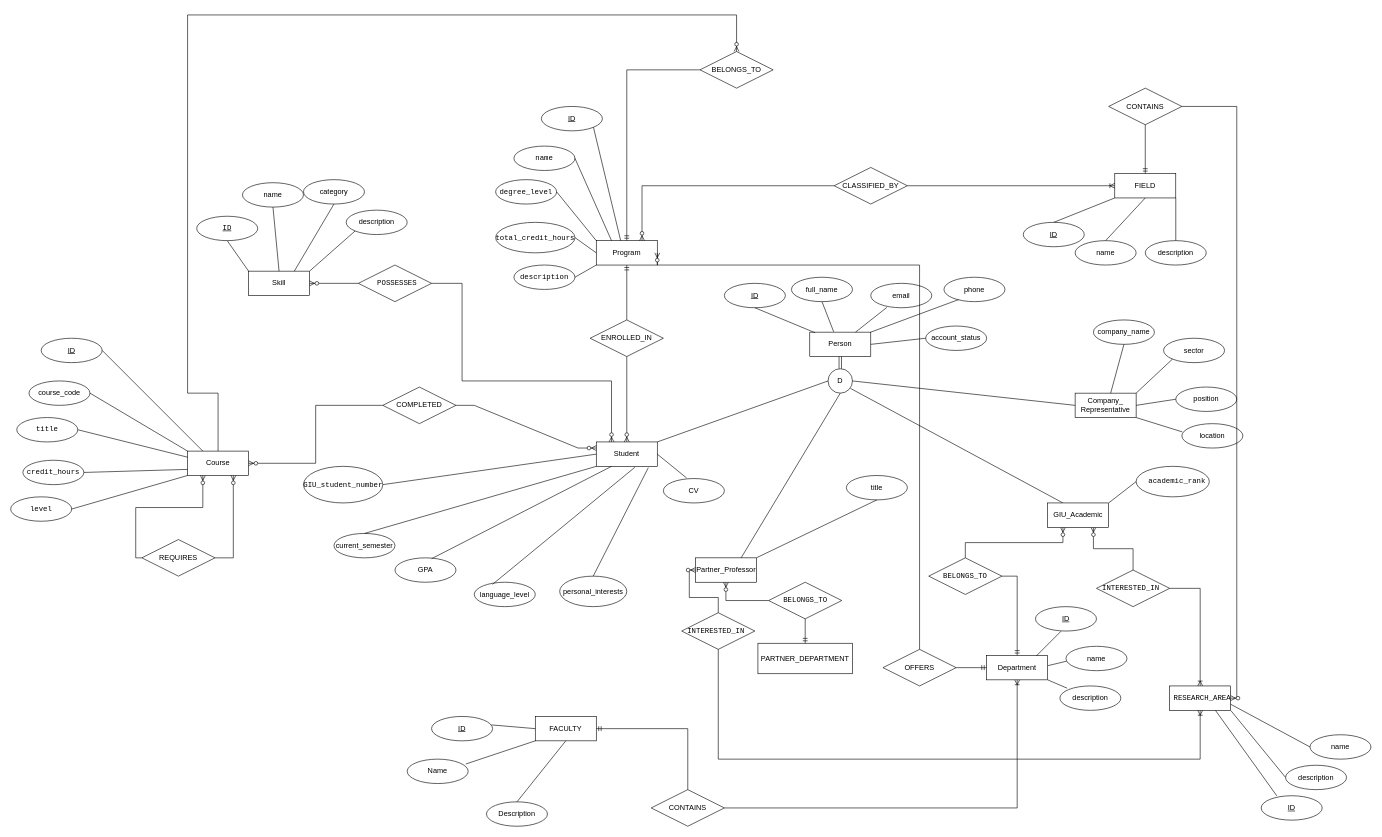
The draw.io diagram 01_People_Academic.drawio in kniveexe/giu-germany-connect, before the edit. Source tidied: cells renumbered, new cells numbered last; positions are measured from the earlier drawing's top-left corner, leaving out a move shared by most shapes. Both pictures are drawn from the tidied source at 61%, with x=0, y=0 at pixel (10, 15).
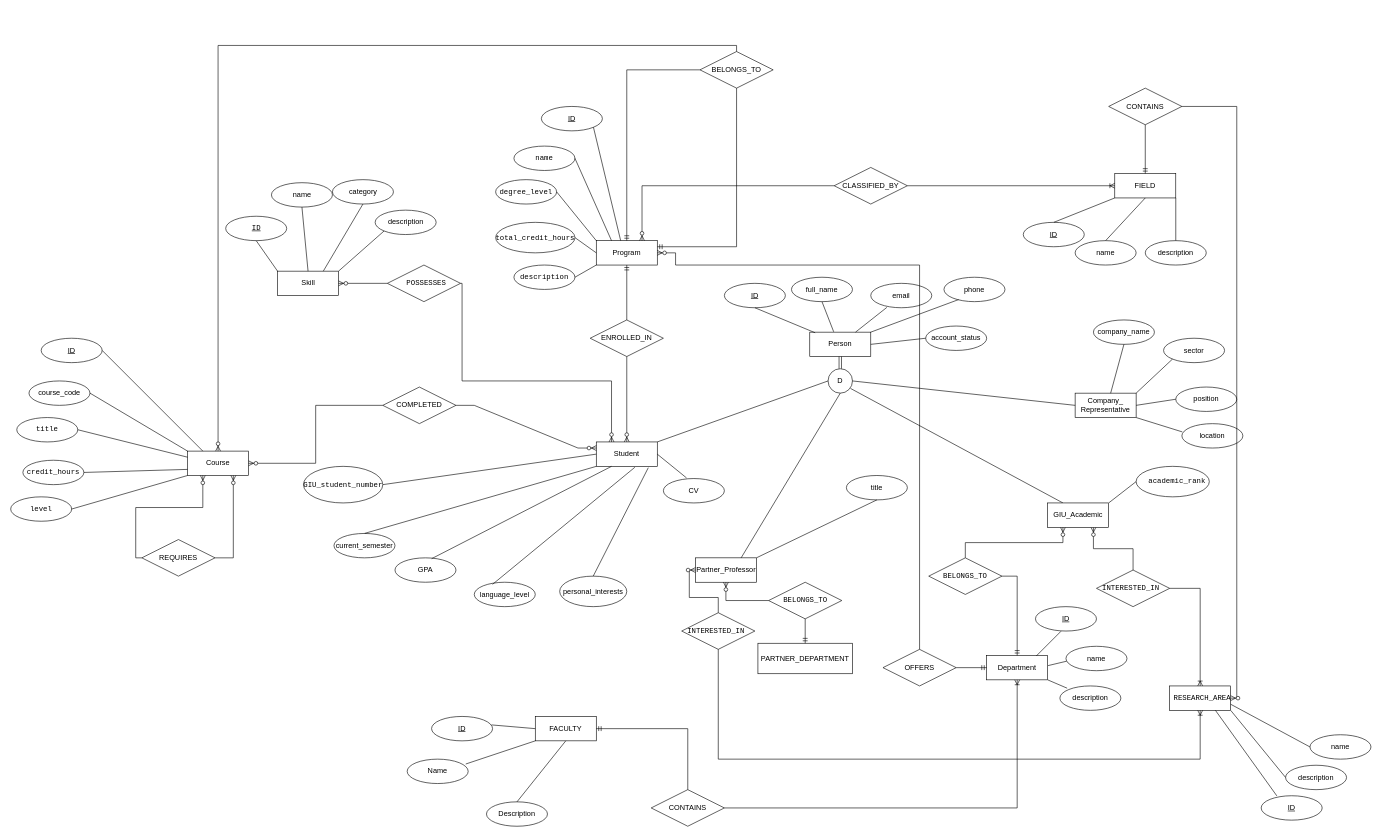
After the change.

The change refers to these unchanged cells:
```xml
<mxCell id="31" value="Program" style="whiteSpace=wrap;html=1;align=center;" parent="1" vertex="1">
  <mxGeometry x="960" y="370" width="100" height="40" as="geometry" />
</mxCell>
<mxCell id="32" value="Course" style="whiteSpace=wrap;html=1;align=center;" parent="1" vertex="1">
  <mxGeometry x="290" y="715" width="100" height="40" as="geometry" />
</mxCell>
<mxCell id="86" value="OFFERS" style="shape=rhombus;perimeter=rhombusPerimeter;whiteSpace=wrap;html=1;align=center;" parent="1" vertex="1">
  <mxGeometry x="1430" y="1040" width="120" height="60" as="geometry" />
</mxCell>
<mxCell id="106" value="BELONGS_TO" style="shape=rhombus;perimeter=rhombusPerimeter;whiteSpace=wrap;html=1;align=center;" parent="1" vertex="1">
  <mxGeometry x="1130" y="60" width="120" height="60" as="geometry" />
</mxCell>
```

What changed in the source:
```diff
@@
     <mxCell id="33" value="Skill" style="whiteSpace=wrap;html=1;align=center;" parent="1" vertex="1">
-      <mxGeometry x="390" y="420" width="100" height="40" as="geometry" />
+      <mxGeometry x="437.5" y="420" width="100" height="40" as="geometry" />
     </mxCell>
@@
     <mxCell id="38" value="&lt;pre dir=&quot;ltr&quot;&gt;&lt;code&gt; POSSESSES&lt;/code&gt;&lt;/pre&gt;" style="shape=rhombus;perimeter=rhombusPerimeter;whiteSpace=wrap;html=1;align=center;" parent="1" vertex="1">
-      <mxGeometry x="570" y="410" width="120" height="60" as="geometry" />
+      <mxGeometry x="617.5" y="410" width="120" height="60" as="geometry" />
     </mxCell>
@@
     <mxCell id="88" style="edgeStyle=orthogonalEdgeStyle;fontSize=12;html=1;endArrow=ERzeroToMany;endFill=1;rounded=0;entryX=1;entryY=0.5;entryDx=0;entryDy=0;exitX=0.5;exitY=0;exitDx=0;exitDy=0;" parent="1" edge="1" source="86" target="31">
       <mxGeometry relative="1" as="geometry">
         <Array as="points">
           <mxPoint x="1490" y="410" />
-          <mxPoint x="1060" y="410" />
+          <mxPoint x="1090" y="410" />
+          <mxPoint x="1090" y="390" />
         </Array>
       </mxGeometry>
     </mxCell>
@@
-    <mxCell id="108" style="fontSize=12;html=1;endArrow=ERzeroToMany;endFill=1;rounded=0;exitX=0.5;exitY=0;exitDx=0;exitDy=0;entryX=0.5;entryY=0;entryDx=0;entryDy=0;edgeStyle=orthogonalEdgeStyle;" parent="1" edge="1" source="32" target="106">
-      <mxGeometry x="0.02" relative="1" as="geometry">
-        <Array as="points">
-          <mxPoint x="340" y="620" />
-          <mxPoint x="290" y="620" />
-          <mxPoint x="290" />
-          <mxPoint x="1190" />
-        </Array>
-      </mxGeometry>
-    </mxCell>
@@
     <mxCell id="131" value="&lt;pre dir=&quot;ltr&quot;&gt;&lt;code&gt;ID&lt;/code&gt;&lt;/pre&gt;" style="ellipse;whiteSpace=wrap;html=1;align=center;fontStyle=4;" parent="1" vertex="1">
-      <mxGeometry x="305" y="330" width="100" height="40" as="geometry" />
+      <mxGeometry x="352.5" y="330" width="100" height="40" as="geometry" />
     </mxCell>
     <mxCell id="132" value="description" style="ellipse;whiteSpace=wrap;html=1;align=center;" parent="1" vertex="1">
-      <mxGeometry x="550" y="320" width="100" height="40" as="geometry" />
+      <mxGeometry x="597.5" y="320" width="100" height="40" as="geometry" />
     </mxCell>
     <mxCell id="133" value="category" style="ellipse;whiteSpace=wrap;html=1;align=center;" parent="1" vertex="1">
-      <mxGeometry x="480" y="270" width="100" height="40" as="geometry" />
+      <mxGeometry x="527.5" y="270" width="100" height="40" as="geometry" />
     </mxCell>
     <mxCell id="134" value="name" style="ellipse;whiteSpace=wrap;html=1;align=center;" parent="1" vertex="1">
-      <mxGeometry x="380" y="275" width="100" height="40" as="geometry" />
+      <mxGeometry x="427.5" y="275" width="100" height="40" as="geometry" />
     </mxCell>
@@
+    <mxCell id="147" style="fontSize=12;html=1;endArrow=ERzeroToMany;endFill=1;rounded=0;entryX=0.5;entryY=0;entryDx=0;entryDy=0;exitX=0.5;exitY=0;exitDx=0;exitDy=0;edgeStyle=orthogonalEdgeStyle;" parent="1" edge="1" source="106" target="32">
+      <mxGeometry relative="1" as="geometry" />
+    </mxCell>
+    <mxCell id="148" style="fontSize=12;html=1;endArrow=ERmandOne;rounded=0;exitX=0.5;exitY=1;exitDx=0;exitDy=0;entryX=1;entryY=0.25;entryDx=0;entryDy=0;edgeStyle=orthogonalEdgeStyle;" parent="1" edge="1" source="106" target="31">
+      <mxGeometry relative="1" as="geometry" />
+    </mxCell>
```
